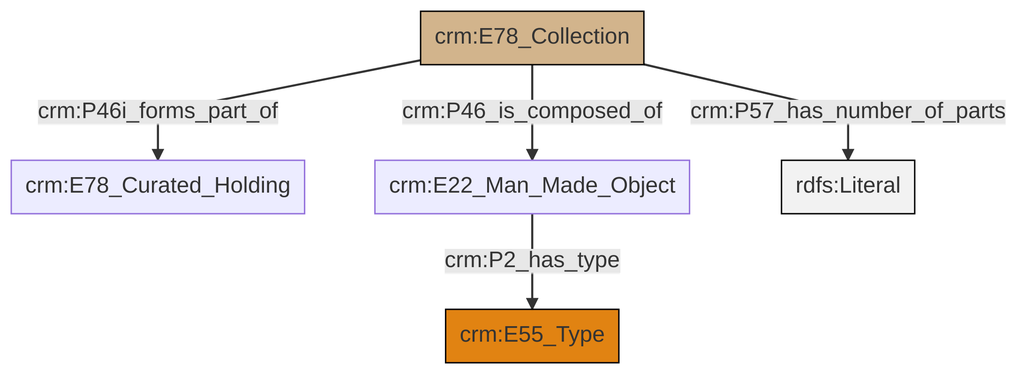
swiss-art-research-net/docs.swissartresearch keeps this Mermaid diagram as et/archivalCSV/ttl/mmd/png/archival_parthood.png. Above is the earlier version. Its source is kept beside it as et/archivalCSV/ttl/mmd/archival_parthood.ttl.mmd. The source it was exported from:
```mermaid
graph TD
classDef Literal fill:#f2f2f2,stroke:#000000;
classDef CRM_Entity fill:#FFFFFF,stroke:#000000;
classDef Temporal_Entity fill:#00C9E6, stroke:#000000;
classDef Type fill:#E18312, stroke:#000000;
classDef Time-Span fill:#2C9C91, stroke:#000000;
classDef Appellation fill:#FFEB7F, stroke:#000000;
classDef Place fill:#008836, stroke:#000000;
classDef Persistent_Item fill:#B266B2, stroke:#000000;
classDef Conceptual_Object fill:#FFD700, stroke:#000000;
classDef Physical_Thing fill:#D2B48C, stroke:#000000;
classDef Actor fill:#f58aad, stroke:#000000;
classDef PC_Classes fill:#4ce600, stroke:#000000;
classDef Multi fill:#cccccc,stroke:#000000;

6["crm:E78_Collection"]:::Physical_Thing -->|crm:P46i_forms_part_of| 0["crm:E78_Curated_Holding"]:::Default
6["crm:E78_Collection"]:::Physical_Thing -->|crm:P57_has_number_of_parts| 8[rdfs:Literal]:::Literal
6["crm:E78_Collection"]:::Physical_Thing -->|crm:P46_is_composed_of| 2["crm:E22_Man_Made_Object"]:::Default
2["crm:E22_Man_Made_Object"]:::Default -->|crm:P2_has_type| 4["crm:E55_Type"]:::Type
```
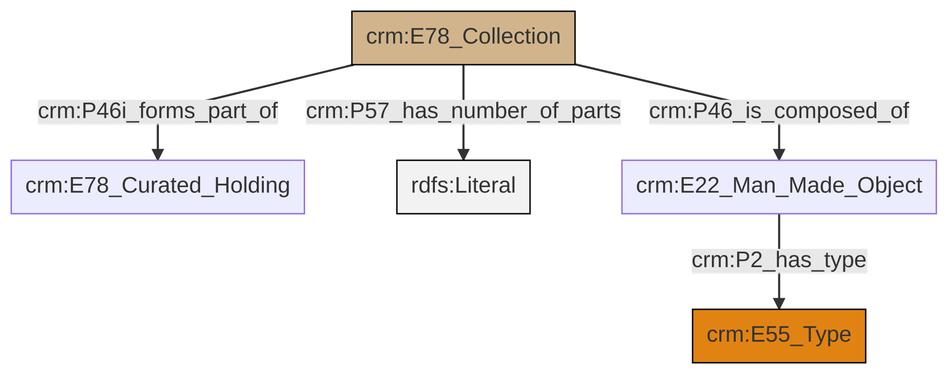
After the commit.

Change to the diagram source:
```diff
@@ -13,7 +13,7 @@
 classDef PC_Classes fill:#4ce600, stroke:#000000;
 classDef Multi fill:#cccccc,stroke:#000000;
 
-6["crm:E78_Collection"]:::Physical_Thing -->|crm:P46i_forms_part_of| 0["crm:E78_Curated_Holding"]:::Default
-6["crm:E78_Collection"]:::Physical_Thing -->|crm:P57_has_number_of_parts| 8[rdfs:Literal]:::Literal
-6["crm:E78_Collection"]:::Physical_Thing -->|crm:P46_is_composed_of| 2["crm:E22_Man_Made_Object"]:::Default
-2["crm:E22_Man_Made_Object"]:::Default -->|crm:P2_has_type| 4["crm:E55_Type"]:::Type
+2["crm:E78_Collection"]:::Physical_Thing -->|crm:P46i_forms_part_of| 0["crm:E78_Curated_Holding"]:::Default
+2["crm:E78_Collection"]:::Physical_Thing -->|crm:P57_has_number_of_parts| 4[rdfs:Literal]:::Literal
+2["crm:E78_Collection"]:::Physical_Thing -->|crm:P46_is_composed_of| 5["crm:E22_Man_Made_Object"]:::Default
+5["crm:E22_Man_Made_Object"]:::Default -->|crm:P2_has_type| 6["crm:E55_Type"]:::Type
```
